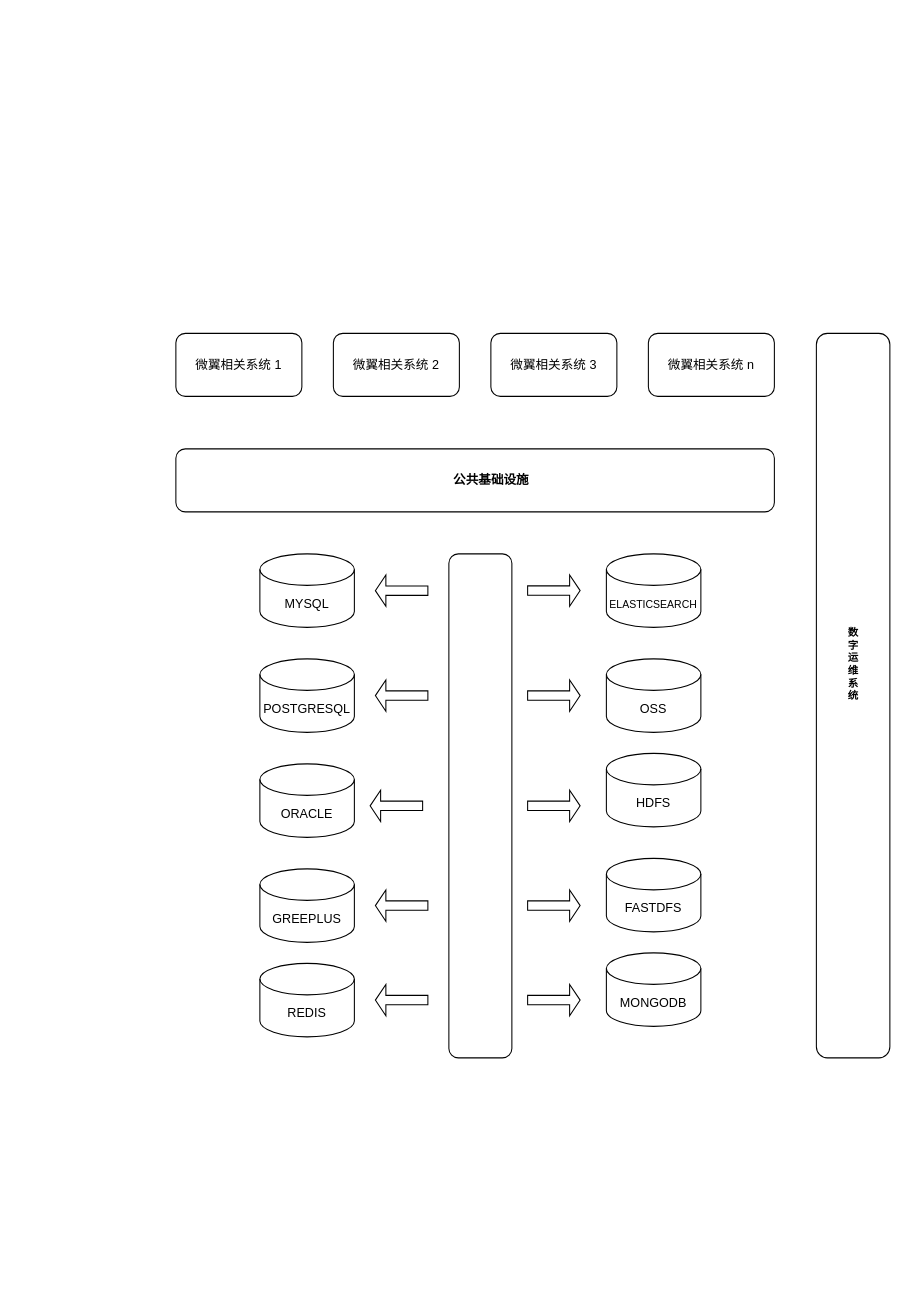
Above: page "20220929154540" (7 of 7) of src/work/wyjz/service_directory/database_design_20220929.drawio in ab-doc/draw.io (draw.io), before the change. Source tidied: cells renumbered, new cells numbered last; positions are measured from the earlier drawing's top-left corner, leaving out a move shared by most shapes. Both pictures are drawn from the tidied source at 105%, with x=0, y=0 at pixel (175, 333).
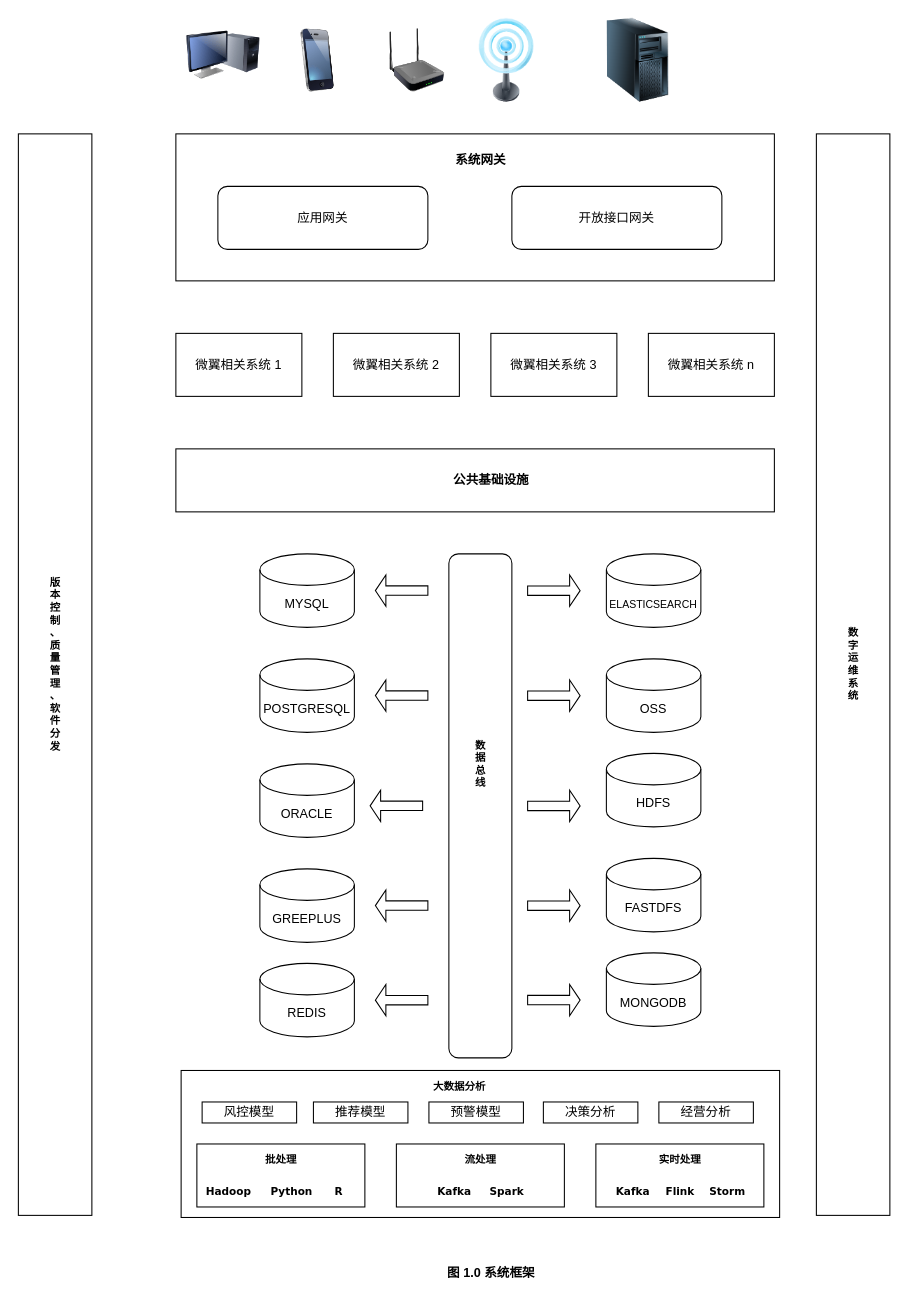
The same diagram, later.

What changed in the source:
```diff
@@
-    <mxCell id="2" value="微翼相关系统 1" style="rounded=1;whiteSpace=wrap;html=1;" parent="1" vertex="1">
+    <mxCell id="2" value="微翼相关系统 1" style="rounded=0;whiteSpace=wrap;html=1;" parent="1" vertex="1">
       <mxGeometry width="120" height="60" as="geometry" />
     </mxCell>
-    <mxCell id="3" value="微翼相关系统 3" style="rounded=1;whiteSpace=wrap;html=1;" parent="1" vertex="1">
+    <mxCell id="3" value="微翼相关系统 3" style="rounded=0;whiteSpace=wrap;html=1;" parent="1" vertex="1">
       <mxGeometry x="300" width="120" height="60" as="geometry" />
     </mxCell>
-    <mxCell id="4" value="微翼相关系统 n" style="rounded=1;whiteSpace=wrap;html=1;" parent="1" vertex="1">
+    <mxCell id="4" value="微翼相关系统 n" style="rounded=0;whiteSpace=wrap;html=1;" parent="1" vertex="1">
       <mxGeometry x="450" width="120" height="60" as="geometry" />
     </mxCell>
-    <mxCell id="5" value="微翼相关系统 2" style="rounded=1;whiteSpace=wrap;html=1;" parent="1" vertex="1">
+    <mxCell id="5" value="微翼相关系统 2" style="rounded=0;whiteSpace=wrap;html=1;" parent="1" vertex="1">
       <mxGeometry x="150" width="120" height="60" as="geometry" />
     </mxCell>
-    <mxCell id="6" style="rounded=1;whiteSpace=wrap;html=1;" parent="1" vertex="1">
+    <mxCell id="6" style="rounded=0;whiteSpace=wrap;html=1;" parent="1" vertex="1">
       <mxGeometry y="110" width="570" height="60" as="geometry" />
     </mxCell>
@@
-    <mxCell id="29" style="rounded=1;whiteSpace=wrap;html=1;" parent="1" vertex="1">
-      <mxGeometry x="610" width="70" height="690" as="geometry" />
+    <mxCell id="29" style="rounded=0;whiteSpace=wrap;html=1;" parent="1" vertex="1">
+      <mxGeometry x="610" y="-190" width="70" height="1030" as="geometry" />
     </mxCell>
@@
+    <mxCell id="31" style="rounded=0;whiteSpace=wrap;html=1;" parent="1" vertex="1">
+      <mxGeometry y="-190" width="570" height="140" as="geometry" />
+    </mxCell>
+    <mxCell id="32" value="应用网关" style="rounded=1;whiteSpace=wrap;html=1;" parent="1" vertex="1">
+      <mxGeometry x="40" y="-140" width="200" height="60" as="geometry" />
+    </mxCell>
+    <mxCell id="33" value="开放接口网关" style="rounded=1;whiteSpace=wrap;html=1;" parent="1" vertex="1">
+      <mxGeometry x="320" y="-140" width="200" height="60" as="geometry" />
+    </mxCell>
+    <mxCell id="34" value="&lt;b&gt;系统网关&lt;/b&gt;" style="text;html=1;align=center;verticalAlign=middle;strokeColor=none;fillColor=none;" parent="1" vertex="1">
+      <mxGeometry x="255" y="-180" width="70" height="30" as="geometry" />
+    </mxCell>
+    <mxCell id="35" style="group;" parent="1" vertex="1">
+      <mxGeometry x="5" y="702" width="570" height="140" as="geometry" />
+    </mxCell>
+    <mxCell id="36" style="rounded=0;whiteSpace=wrap;html=1;" parent="35" vertex="1">
+      <mxGeometry width="570" height="140" as="geometry" />
+    </mxCell>
+    <mxCell id="37" style="group;" parent="35" vertex="1">
+      <mxGeometry x="15" y="70" width="540" height="60" as="geometry" />
+    </mxCell>
+    <mxCell id="38" style="rounded=0;whiteSpace=wrap;html=1;" parent="37" vertex="1">
+      <mxGeometry width="160" height="60" as="geometry" />
+    </mxCell>
+    <mxCell id="39" style="rounded=0;whiteSpace=wrap;html=1;" parent="37" vertex="1">
+      <mxGeometry x="190" width="160" height="60" as="geometry" />
+    </mxCell>
+    <mxCell id="40" style="rounded=0;whiteSpace=wrap;html=1;" parent="37" vertex="1">
+      <mxGeometry x="380" width="160" height="60" as="geometry" />
+    </mxCell>
+    <mxCell id="41" value="&lt;b&gt;批处理&lt;/b&gt;" style="text;html=1;align=center;verticalAlign=middle;strokeColor=none;fillColor=none;fontSize=10;fontFamily=Verdana;" parent="37" vertex="1">
+      <mxGeometry x="55" width="50" height="30" as="geometry" />
+    </mxCell>
+    <mxCell id="42" value="&lt;b&gt;Hadoop&lt;/b&gt;" style="text;html=1;align=center;verticalAlign=middle;strokeColor=none;fillColor=none;fontSize=10;fontFamily=Verdana;" parent="37" vertex="1">
+      <mxGeometry y="30" width="60" height="30" as="geometry" />
+    </mxCell>
+    <mxCell id="43" value="&lt;b&gt;Python&lt;/b&gt;" style="text;html=1;align=center;verticalAlign=middle;strokeColor=none;fillColor=none;fontSize=10;fontFamily=Verdana;" parent="37" vertex="1">
+      <mxGeometry x="60" y="30" width="60" height="30" as="geometry" />
+    </mxCell>
+    <mxCell id="44" value="&lt;b&gt;R&lt;/b&gt;" style="text;html=1;align=center;verticalAlign=middle;strokeColor=none;fillColor=none;fontSize=10;fontFamily=Verdana;" parent="37" vertex="1">
+      <mxGeometry x="120" y="30" width="30" height="30" as="geometry" />
+    </mxCell>
+    <mxCell id="45" value="&lt;b&gt;流处理&lt;/b&gt;" style="text;html=1;align=center;verticalAlign=middle;strokeColor=none;fillColor=none;fontSize=10;fontFamily=Verdana;" parent="37" vertex="1">
+      <mxGeometry x="245" width="50" height="30" as="geometry" />
+    </mxCell>
+    <mxCell id="46" value="&lt;b&gt;Kafka&lt;/b&gt;" style="text;html=1;align=center;verticalAlign=middle;strokeColor=none;fillColor=none;fontSize=10;fontFamily=Verdana;" parent="37" vertex="1">
+      <mxGeometry x="220" y="30" width="50" height="30" as="geometry" />
+    </mxCell>
+    <mxCell id="47" value="&lt;b&gt;Spark&lt;/b&gt;" style="text;html=1;align=center;verticalAlign=middle;strokeColor=none;fillColor=none;fontSize=10;fontFamily=Verdana;" parent="37" vertex="1">
+      <mxGeometry x="270" y="30" width="50" height="30" as="geometry" />
+    </mxCell>
+    <mxCell id="48" value="&lt;b&gt;实时处理&lt;/b&gt;" style="text;html=1;align=center;verticalAlign=middle;strokeColor=none;fillColor=none;fontSize=10;fontFamily=Verdana;" parent="37" vertex="1">
+      <mxGeometry x="430" width="60" height="30" as="geometry" />
+    </mxCell>
+    <mxCell id="49" value="&lt;b&gt;Kafka&lt;/b&gt;" style="text;html=1;align=center;verticalAlign=middle;strokeColor=none;fillColor=none;fontSize=10;fontFamily=Verdana;" parent="37" vertex="1">
+      <mxGeometry x="390" y="30" width="50" height="30" as="geometry" />
+    </mxCell>
+    <mxCell id="50" value="&lt;b&gt;Flink&lt;/b&gt;" style="text;html=1;align=center;verticalAlign=middle;strokeColor=none;fillColor=none;fontSize=10;fontFamily=Verdana;" parent="37" vertex="1">
+      <mxGeometry x="440" y="30" width="40" height="30" as="geometry" />
+    </mxCell>
+    <mxCell id="51" value="&lt;b&gt;Storm&lt;/b&gt;" style="text;html=1;align=center;verticalAlign=middle;strokeColor=none;fillColor=none;fontSize=10;fontFamily=Verdana;" parent="37" vertex="1">
+      <mxGeometry x="480" y="30" width="50" height="30" as="geometry" />
+    </mxCell>
+    <mxCell id="52" style="group;" parent="35" vertex="1">
+      <mxGeometry x="20" y="30" width="525" height="20" as="geometry" />
+    </mxCell>
+    <mxCell id="53" value="风控模型" style="rounded=0;whiteSpace=wrap;html=1;" parent="52" vertex="1">
+      <mxGeometry width="90" height="20" as="geometry" />
+    </mxCell>
+    <mxCell id="54" value="推荐模型" style="rounded=0;whiteSpace=wrap;html=1;" parent="52" vertex="1">
+      <mxGeometry x="106" width="90" height="20" as="geometry" />
+    </mxCell>
+    <mxCell id="55" value="预警模型" style="rounded=0;whiteSpace=wrap;html=1;" parent="52" vertex="1">
+      <mxGeometry x="216" width="90" height="20" as="geometry" />
+    </mxCell>
+    <mxCell id="56" value="决策分析" style="rounded=0;whiteSpace=wrap;html=1;" parent="52" vertex="1">
+      <mxGeometry x="325" width="90" height="20" as="geometry" />
+    </mxCell>
+    <mxCell id="57" value="经营分析" style="rounded=0;whiteSpace=wrap;html=1;" parent="52" vertex="1">
+      <mxGeometry x="435" width="90" height="20" as="geometry" />
+    </mxCell>
+    <mxCell id="58" value="&lt;b&gt;大数据分析&lt;/b&gt;" style="text;html=1;align=center;verticalAlign=middle;strokeColor=none;fillColor=none;fontSize=10;fontFamily=Verdana;" parent="35" vertex="1">
+      <mxGeometry x="230" width="70" height="30" as="geometry" />
+    </mxCell>
+    <mxCell id="59" value="&lt;font face=&quot;Verdana&quot;&gt;&lt;b&gt;数&lt;br&gt;据&lt;br&gt;总&lt;br&gt;线&lt;br&gt;&lt;/b&gt;&lt;/font&gt;" style="text;html=1;align=center;verticalAlign=middle;strokeColor=none;fillColor=none;fontSize=10;" parent="1" vertex="1">
+      <mxGeometry x="275" y="380" width="30" height="60" as="geometry" />
+    </mxCell>
+    <mxCell id="60" style="rounded=0;whiteSpace=wrap;html=1;" parent="1" vertex="1">
+      <mxGeometry x="-150" y="-190" width="70" height="1030" as="geometry" />
+    </mxCell>
+    <mxCell id="61" value="&lt;font face=&quot;Verdana&quot;&gt;&lt;b&gt;版&lt;br&gt;本&lt;br&gt;控&lt;br&gt;制&lt;br&gt;、&lt;br&gt;质&lt;br&gt;量&lt;br&gt;管&lt;br&gt;理&lt;br&gt;、&lt;br&gt;软&lt;br&gt;件&lt;br&gt;分&lt;br&gt;发&lt;br&gt;&lt;/b&gt;&lt;/font&gt;" style="text;html=1;align=center;verticalAlign=middle;strokeColor=none;fillColor=none;fontSize=10;" parent="1" vertex="1">
+      <mxGeometry x="-130" y="225" width="30" height="180" as="geometry" />
+    </mxCell>
+    <mxCell id="62" style="image;html=1;image=img/lib/clip_art/telecommunication/Signal_tower_on_128x128.png;rounded=0;fontFamily=Verdana;fontSize=10;" parent="1" vertex="1">
+      <mxGeometry x="275" y="-300" width="80" height="80" as="geometry" />
+    </mxCell>
+    <mxCell id="63" style="image;html=1;image=img/lib/clip_art/telecommunication/iPhone_128x128.png;rounded=0;fontFamily=Verdana;fontSize=10;" parent="1" vertex="1">
+      <mxGeometry x="100" y="-290" width="70" height="60" as="geometry" />
+    </mxCell>
+    <mxCell id="64" style="image;html=1;image=img/lib/clip_art/networking/Repeater_128x128.png;rounded=0;fontFamily=Verdana;fontSize=10;" parent="1" vertex="1">
+      <mxGeometry x="190" y="-290" width="80" height="60" as="geometry" />
+    </mxCell>
+    <mxCell id="65" style="image;html=1;image=img/lib/clip_art/computers/Monitor_Tower_128x128.png;rounded=0;fontFamily=Verdana;fontSize=10;" parent="1" vertex="1">
+      <mxGeometry x="10" y="-300" width="70" height="70" as="geometry" />
+    </mxCell>
+    <mxCell id="66" style="image;html=1;image=img/lib/clip_art/computers/Server_Tower_128x128.png;rounded=0;fontFamily=Verdana;fontSize=10;" parent="1" vertex="1">
+      <mxGeometry x="400" y="-300" width="80" height="80" as="geometry" />
+    </mxCell>
+    <mxCell id="67" value="&lt;b&gt;图 1.0 系统框架&lt;/b&gt;" style="text;html=1;align=center;verticalAlign=middle;strokeColor=none;fillColor=none;" parent="1" vertex="1">
+      <mxGeometry x="245" y="880" width="110" height="30" as="geometry" />
+    </mxCell>
```
